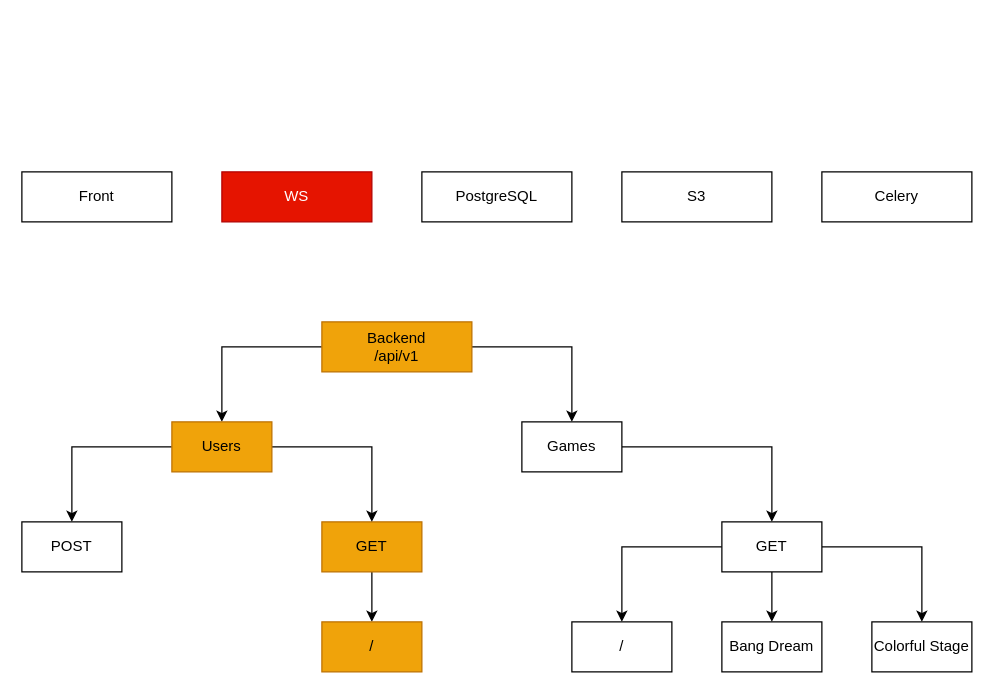
Earlier version of the draw.io diagram page "Overview" (1 of 3) of data/Diagram.drawio (aintp3d0/GameProfile). Source tidied: cells renumbered, new cells numbered last; positions are measured from the earlier drawing's top-left corner, leaving out a move shared by most shapes. Both pictures are drawn from the tidied source at 125%, with x=0, y=0 at pixel (21, 171).
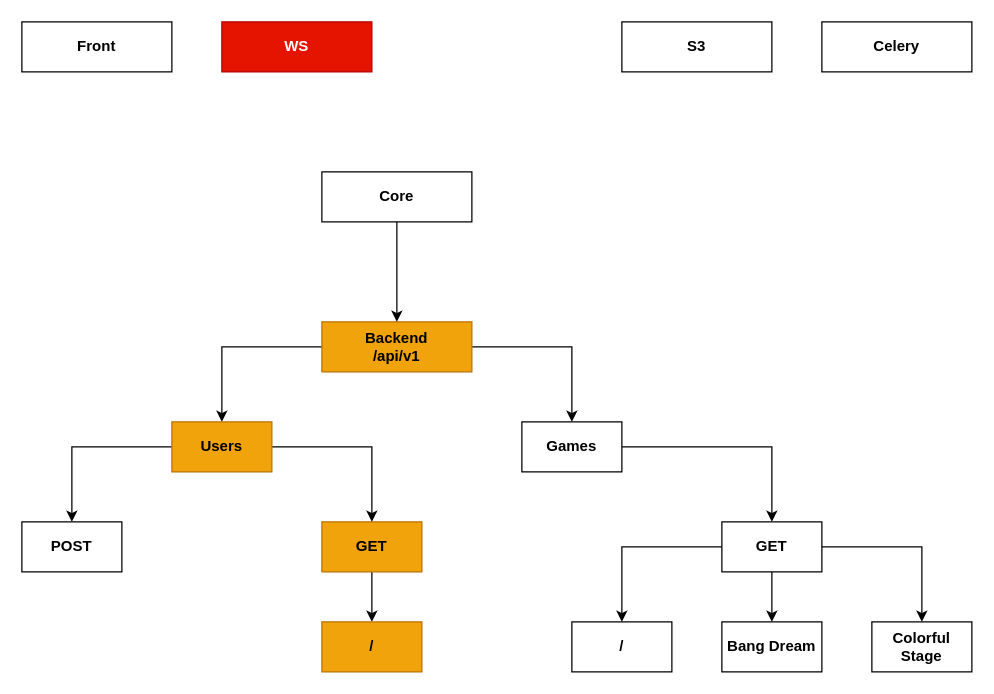
The same diagram, later.

Change to the diagram source:
```diff
@@
-    <mxCell id="4" value="&lt;div&gt;Backend&lt;/div&gt;&lt;div&gt;/api/v1&lt;/div&gt;" style="rounded=0;whiteSpace=wrap;html=1;fillColor=#f0a30a;strokeColor=#BD7000;fontColor=#000000;" parent="1" vertex="1">
+    <mxCell id="4" value="&lt;div&gt;&lt;b&gt;Backend&lt;/b&gt;&lt;/div&gt;&lt;div&gt;&lt;b&gt;/api/v1&lt;/b&gt;&lt;/div&gt;" style="rounded=0;whiteSpace=wrap;html=1;fillColor=#f0a30a;strokeColor=#BD7000;fontColor=#000000;" parent="1" vertex="1">
       <mxGeometry x="240" y="120" width="120" height="40" as="geometry" />
     </mxCell>
-    <mxCell id="5" value="Front" style="rounded=0;whiteSpace=wrap;html=1;" parent="1" vertex="1">
-      <mxGeometry width="120" height="40" as="geometry" />
+    <mxCell id="5" value="&lt;b&gt;Front&lt;/b&gt;" style="rounded=0;whiteSpace=wrap;html=1;" parent="1" vertex="1">
+      <mxGeometry y="-120" width="120" height="40" as="geometry" />
     </mxCell>
-    <mxCell id="6" value="Celery" style="rounded=0;whiteSpace=wrap;html=1;" parent="1" vertex="1">
-      <mxGeometry x="640" width="120" height="40" as="geometry" />
+    <mxCell id="6" value="&lt;b&gt;Celery&lt;/b&gt;" style="rounded=0;whiteSpace=wrap;html=1;" parent="1" vertex="1">
+      <mxGeometry x="640" y="-120" width="120" height="40" as="geometry" />
     </mxCell>
-    <mxCell id="7" value="PostgreSQL" style="rounded=0;whiteSpace=wrap;html=1;" parent="1" vertex="1">
-      <mxGeometry x="320" width="120" height="40" as="geometry" />
-    </mxCell>
-    <mxCell id="8" value="S3" style="rounded=0;whiteSpace=wrap;html=1;" parent="1" vertex="1">
-      <mxGeometry x="480" width="120" height="40" as="geometry" />
+    <mxCell id="8" value="&lt;b&gt;S3&lt;/b&gt;" style="rounded=0;whiteSpace=wrap;html=1;" parent="1" vertex="1">
+      <mxGeometry x="480" y="-120" width="120" height="40" as="geometry" />
     </mxCell>
-    <mxCell id="9" value="POST" style="whiteSpace=wrap;html=1;rounded=0;" parent="1" vertex="1">
+    <mxCell id="9" value="&lt;b&gt;POST&lt;/b&gt;" style="whiteSpace=wrap;html=1;rounded=0;" parent="1" vertex="1">
       <mxGeometry y="280" width="80" height="40" as="geometry" />
     </mxCell>
@@
-    <mxCell id="11" value="GET" style="whiteSpace=wrap;html=1;rounded=0;fillColor=#f0a30a;fontColor=#000000;strokeColor=#BD7000;" parent="1" vertex="1">
+    <mxCell id="11" value="GET" style="whiteSpace=wrap;html=1;rounded=0;fillColor=#f0a30a;fontColor=#000000;strokeColor=#BD7000;fontStyle=1;" parent="1" vertex="1">
       <mxGeometry x="240" y="280" width="80" height="40" as="geometry" />
     </mxCell>
-    <mxCell id="12" value="/" style="whiteSpace=wrap;html=1;rounded=0;fillColor=#f0a30a;fontColor=#000000;strokeColor=#BD7000;" parent="1" vertex="1">
+    <mxCell id="12" value="&lt;b&gt;/&lt;/b&gt;" style="whiteSpace=wrap;html=1;rounded=0;fillColor=#f0a30a;fontColor=#000000;strokeColor=#BD7000;" parent="1" vertex="1">
       <mxGeometry x="240" y="360" width="80" height="40" as="geometry" />
     </mxCell>
-    <mxCell id="13" value="WS" style="whiteSpace=wrap;html=1;rounded=0;fillColor=#e51400;fontColor=#ffffff;strokeColor=#B20000;" parent="1" vertex="1">
-      <mxGeometry x="160" width="120" height="40" as="geometry" />
+    <mxCell id="13" value="&lt;b&gt;WS&lt;/b&gt;" style="whiteSpace=wrap;html=1;rounded=0;fillColor=#e51400;fontColor=#ffffff;strokeColor=#B20000;" parent="1" vertex="1">
+      <mxGeometry x="160" y="-120" width="120" height="40" as="geometry" />
     </mxCell>
-    <mxCell id="14" value="Bang Dream" style="whiteSpace=wrap;html=1;rounded=0;" parent="1" vertex="1">
+    <mxCell id="14" value="&lt;b&gt;Bang Dream&lt;/b&gt;" style="whiteSpace=wrap;html=1;rounded=0;" parent="1" vertex="1">
       <mxGeometry x="560" y="360" width="80" height="40" as="geometry" />
     </mxCell>
-    <mxCell id="15" value="Colorful Stage" style="whiteSpace=wrap;html=1;rounded=0;" parent="1" vertex="1">
+    <mxCell id="15" value="Colorful Stage" style="whiteSpace=wrap;html=1;rounded=0;fontStyle=1;" parent="1" vertex="1">
       <mxGeometry x="680" y="360" width="80" height="40" as="geometry" />
     </mxCell>
@@
-    <mxCell id="17" value="Games" style="whiteSpace=wrap;html=1;rounded=0;" parent="1" vertex="1">
+    <mxCell id="17" value="&lt;b&gt;Games&lt;/b&gt;" style="whiteSpace=wrap;html=1;rounded=0;" parent="1" vertex="1">
       <mxGeometry x="400" y="200" width="80" height="40" as="geometry" />
     </mxCell>
@@
-    <mxCell id="20" value="Users" style="whiteSpace=wrap;html=1;rounded=0;fillColor=#f0a30a;fontColor=#000000;strokeColor=#BD7000;" parent="1" vertex="1">
+    <mxCell id="20" value="&lt;b&gt;Users&lt;/b&gt;" style="whiteSpace=wrap;html=1;rounded=0;fillColor=#f0a30a;fontColor=#000000;strokeColor=#BD7000;" parent="1" vertex="1">
       <mxGeometry x="120" y="200" width="80" height="40" as="geometry" />
     </mxCell>
@@
-    <mxCell id="24" value="GET" style="whiteSpace=wrap;html=1;rounded=0;" parent="1" vertex="1">
+    <mxCell id="24" value="&lt;b&gt;GET&lt;/b&gt;" style="whiteSpace=wrap;html=1;rounded=0;" parent="1" vertex="1">
       <mxGeometry x="560" y="280" width="80" height="40" as="geometry" />
     </mxCell>
-    <mxCell id="25" value="/" style="whiteSpace=wrap;html=1;rounded=0;" parent="1" vertex="1">
+    <mxCell id="25" value="&lt;b&gt;/&lt;/b&gt;" style="whiteSpace=wrap;html=1;rounded=0;" parent="1" vertex="1">
       <mxGeometry x="440" y="360" width="80" height="40" as="geometry" />
     </mxCell>
+    <mxCell id="26" style="edgeStyle=orthogonalEdgeStyle;rounded=0;jettySize=auto;html=1;entryX=0.5;entryY=0;entryDx=0;entryDy=0;" parent="1" edge="1" source="27" target="4">
+      <mxGeometry relative="1" as="geometry" />
+    </mxCell>
+    <mxCell id="27" value="&lt;b&gt;Core&lt;/b&gt;" style="rounded=0;whiteSpace=wrap;html=1;" parent="1" vertex="1">
+      <mxGeometry x="240" width="120" height="40" as="geometry" />
+    </mxCell>
```
